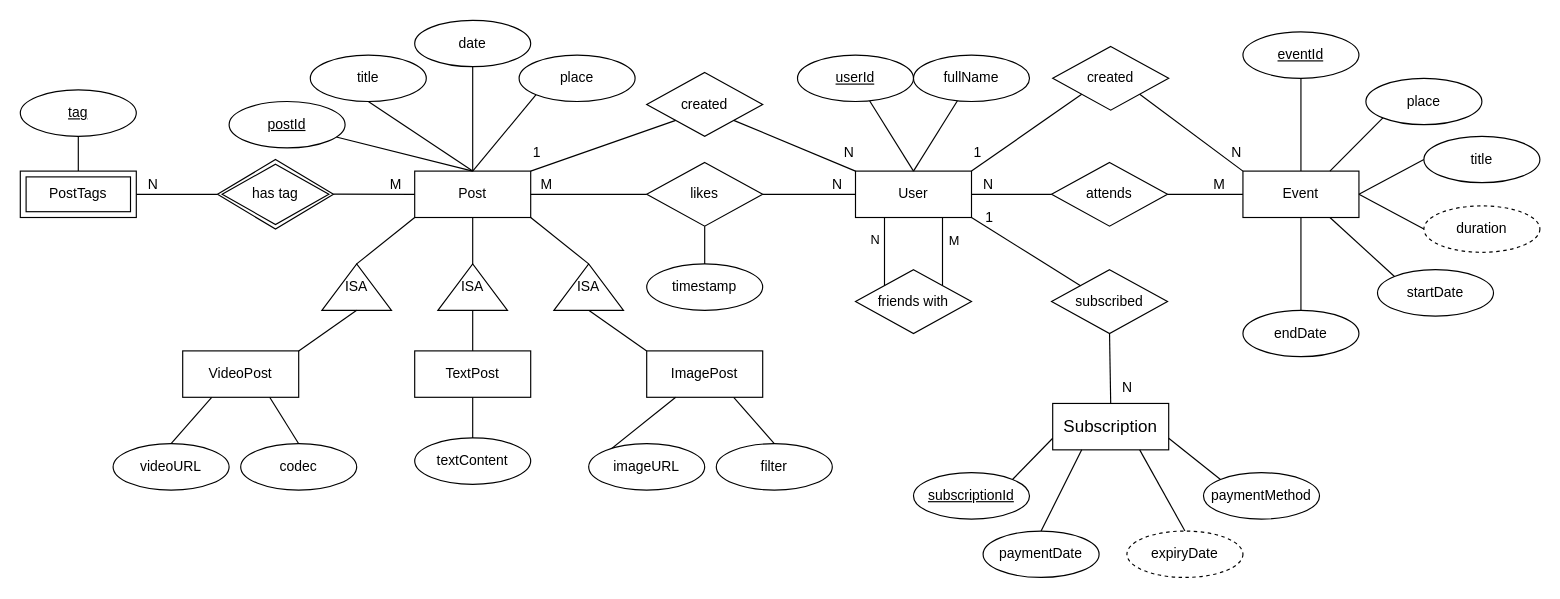
Alvinn8/DD1368 keeps this draw.io diagram as DD1368 Homework 1 ER.drawio. Above is the earlier version. Source tidied: cells renumbered, new cells numbered last; positions are measured from the earlier drawing's top-left corner, leaving out a move shared by most shapes. Both pictures are drawn from the tidied source at 116%, with x=0, y=0 at pixel (20, 20).
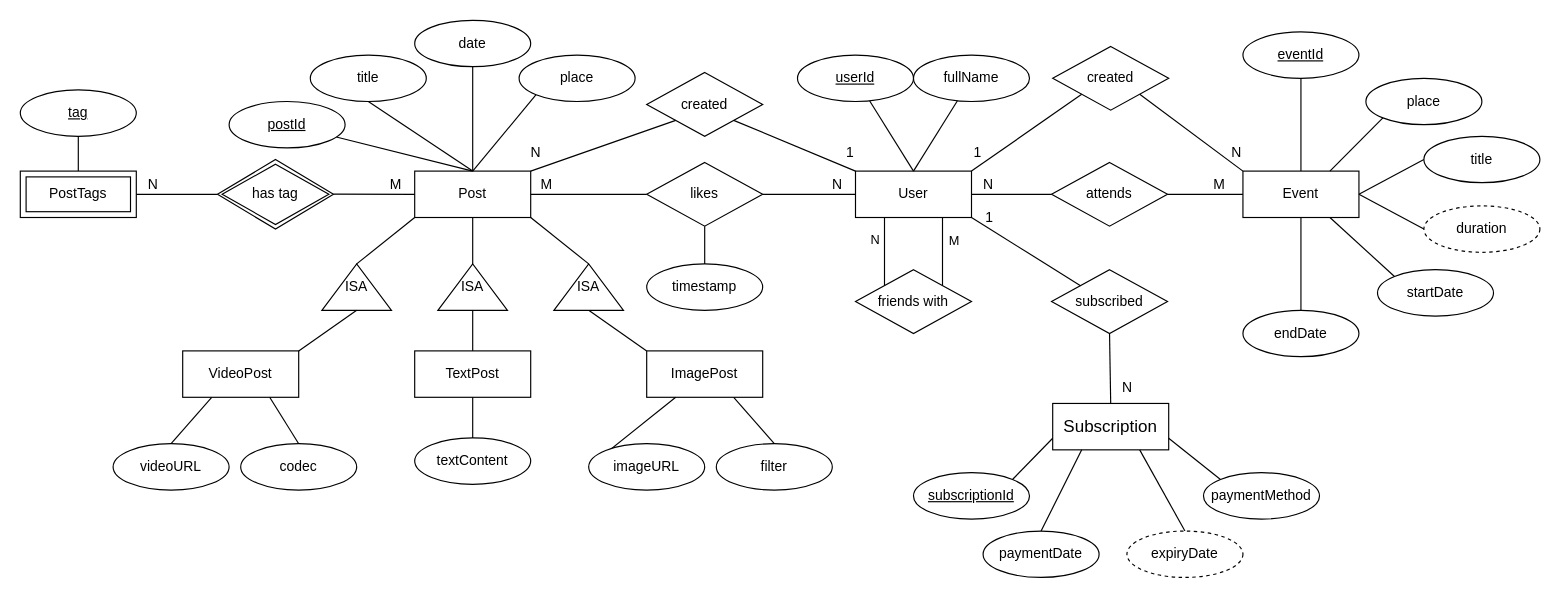
The same page after the edit.

Commit message:
Fix swapped direction

Unchanged cells that the change refers to:
```xml
<mxCell id="91" style="endArrow=none;html=1;rounded=0;entryX=1;entryY=0;entryDx=0;entryDy=0;exitX=0;exitY=1;exitDx=0;exitDy=0;" parent="1" edge="1" source="90" target="2">
  <mxGeometry relative="1" as="geometry" />
</mxCell>
<mxCell id="93" style="endArrow=none;html=1;rounded=0;entryX=0;entryY=0;entryDx=0;entryDy=0;exitX=1;exitY=1;exitDx=0;exitDy=0;" parent="1" edge="1" source="90" target="5">
  <mxGeometry relative="1" as="geometry" />
</mxCell>
```

Diff of the diagram source:
```diff
@@
-    <mxCell id="92" value="1" style="html=1;whiteSpace=wrap;align=right;verticalAlign=bottom;" parent="91" vertex="1">
+    <mxCell id="92" value="N" style="html=1;whiteSpace=wrap;align=right;verticalAlign=bottom;" parent="91" vertex="1">
       <mxGeometry x="1" relative="1" as="geometry">
         <mxPoint x="10" y="-8" as="offset" />
       </mxGeometry>
     </mxCell>
@@
-    <mxCell id="94" value="N" style="html=1;whiteSpace=wrap;align=right;verticalAlign=bottom;" parent="93" vertex="1">
+    <mxCell id="94" value="1" style="html=1;whiteSpace=wrap;align=right;verticalAlign=bottom;" parent="93" vertex="1">
       <mxGeometry x="1" relative="1" as="geometry">
         <mxPoint y="-8" as="offset" />
       </mxGeometry>
     </mxCell>
```
